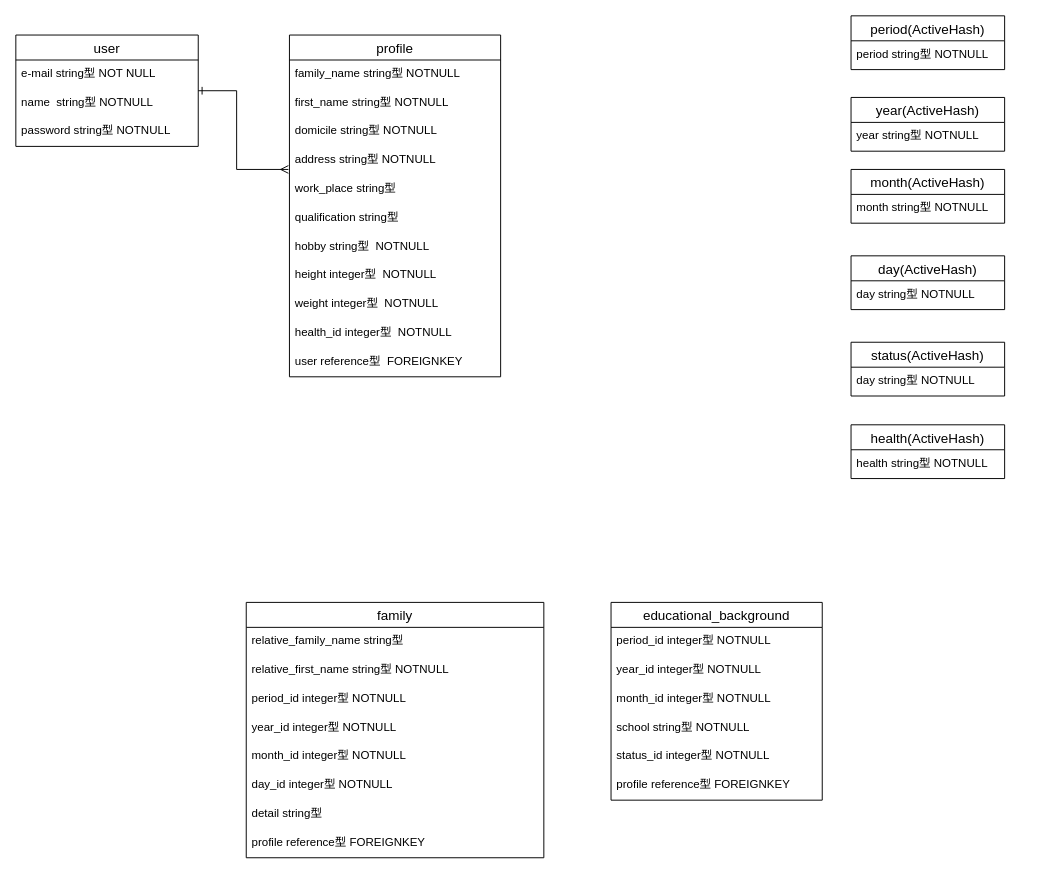
This is ER図.dio from akira30866/turisyo, a draw.io file, before an edit. Source tidied: cells renumbered, new cells numbered last; positions are measured from the earlier drawing's top-left corner, leaving out a move shared by most shapes. Both pictures are drawn from the tidied source at 96%, with x=0, y=0 at pixel (15, 15).
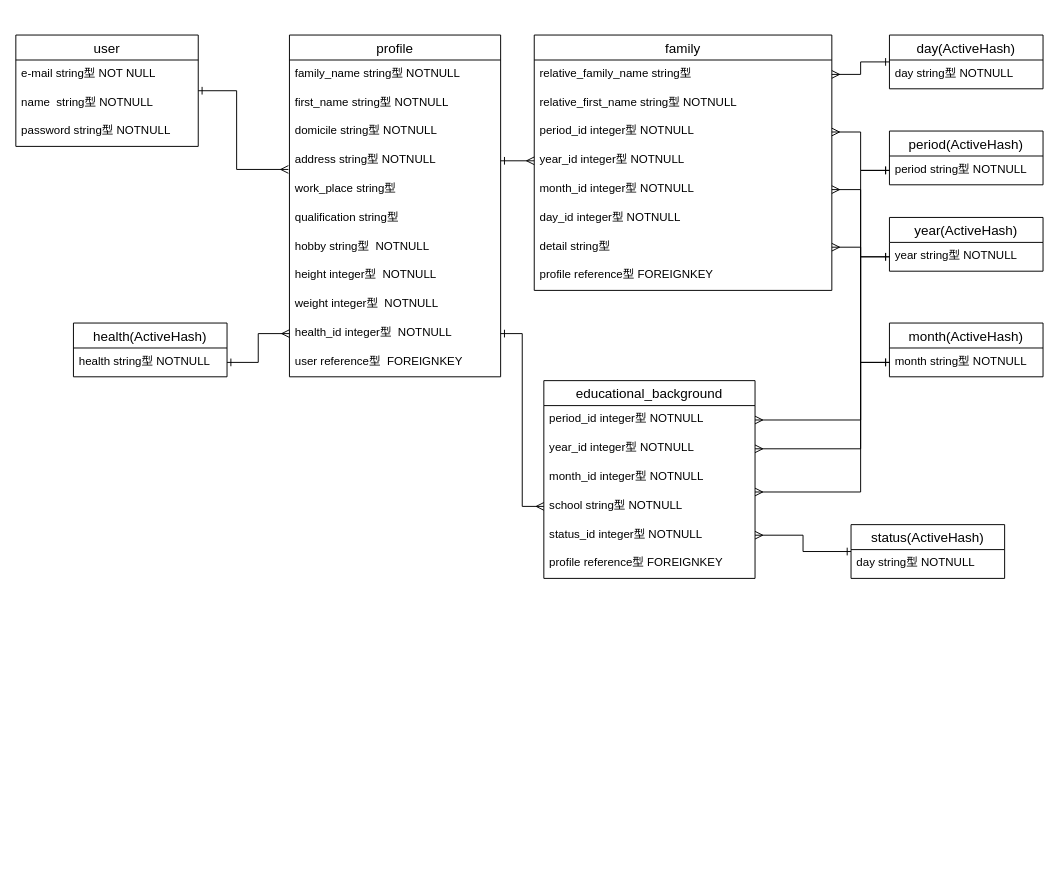
The same page after the edit.

The change refers to these unchanged cells:
```xml
<mxCell id="11" value="address string型 NOTNULL" style="text;strokeColor=none;fillColor=none;spacingLeft=4;spacingRight=4;overflow=hidden;points=[[0,0.5],[1,0.5]];portConstraint=eastwest;fontSize=12;" parent="7" vertex="1">
  <mxGeometry y="116" width="220" height="30" as="geometry" />
</mxCell>
<mxCell id="17" value="health_id integer型  NOTNULL" style="text;strokeColor=none;fillColor=none;spacingLeft=4;spacingRight=4;overflow=hidden;points=[[0,0.5],[1,0.5]];portConstraint=eastwest;fontSize=12;" parent="7" vertex="1">
  <mxGeometry y="296" width="220" height="30" as="geometry" />
</mxCell>
<mxCell id="20" value="period_id integer型 NOTNULL" style="text;strokeColor=none;fillColor=none;spacingLeft=4;spacingRight=4;overflow=hidden;points=[[0,0.5],[1,0.5]];portConstraint=eastwest;fontSize=12;" parent="19" vertex="1">
  <mxGeometry y="26" width="220" height="30" as="geometry" />
</mxCell>
<mxCell id="21" value="year_id integer型 NOTNULL" style="text;strokeColor=none;fillColor=none;spacingLeft=4;spacingRight=4;overflow=hidden;points=[[0,0.5],[1,0.5]];portConstraint=eastwest;fontSize=12;" parent="19" vertex="1">
  <mxGeometry y="56" width="220" height="30" as="geometry" />
</mxCell>
<mxCell id="23" value="school string型 NOTNULL" style="text;strokeColor=none;fillColor=none;spacingLeft=4;spacingRight=4;overflow=hidden;points=[[0,0.5],[1,0.5]];portConstraint=eastwest;fontSize=12;" parent="19" vertex="1">
  <mxGeometry y="116" width="220" height="30" as="geometry" />
</mxCell>
<mxCell id="24" value="status_id integer型 NOTNULL" style="text;strokeColor=none;fillColor=none;spacingLeft=4;spacingRight=4;overflow=hidden;points=[[0,0.5],[1,0.5]];portConstraint=eastwest;fontSize=12;" parent="19" vertex="1">
  <mxGeometry y="146" width="220" height="30" as="geometry" />
</mxCell>
<mxCell id="27" value="relative_family_name string型 " style="text;strokeColor=none;fillColor=none;spacingLeft=4;spacingRight=4;overflow=hidden;points=[[0,0.5],[1,0.5]];portConstraint=eastwest;fontSize=12;" parent="26" vertex="1">
  <mxGeometry y="26" width="310" height="30" as="geometry" />
</mxCell>
<mxCell id="29" value="period_id integer型 NOTNULL" style="text;strokeColor=none;fillColor=none;spacingLeft=4;spacingRight=4;overflow=hidden;points=[[0,0.5],[1,0.5]];portConstraint=eastwest;fontSize=12;" parent="26" vertex="1">
  <mxGeometry y="86" width="310" height="30" as="geometry" />
</mxCell>
<mxCell id="30" value="year_id integer型 NOTNULL" style="text;strokeColor=none;fillColor=none;spacingLeft=4;spacingRight=4;overflow=hidden;points=[[0,0.5],[1,0.5]];portConstraint=eastwest;fontSize=12;" parent="26" vertex="1">
  <mxGeometry y="116" width="310" height="30" as="geometry" />
</mxCell>
<mxCell id="31" value="month_id integer型 NOTNULL" style="text;strokeColor=none;fillColor=none;spacingLeft=4;spacingRight=4;overflow=hidden;points=[[0,0.5],[1,0.5]];portConstraint=eastwest;fontSize=12;" parent="26" vertex="1">
  <mxGeometry y="146" width="310" height="30" as="geometry" />
</mxCell>
<mxCell id="33" value="detail string型 " style="text;strokeColor=none;fillColor=none;spacingLeft=4;spacingRight=4;overflow=hidden;points=[[0,0.5],[1,0.5]];portConstraint=eastwest;fontSize=12;" parent="26" vertex="1">
  <mxGeometry y="206" width="310" height="30" as="geometry" />
</mxCell>
<mxCell id="36" value="period string型 NOTNULL" style="text;strokeColor=none;fillColor=none;spacingLeft=4;spacingRight=4;overflow=hidden;points=[[0,0.5],[1,0.5]];portConstraint=eastwest;fontSize=12;" parent="35" vertex="1">
  <mxGeometry y="26" width="160" height="30" as="geometry" />
</mxCell>
<mxCell id="38" value="year string型 NOTNULL" style="text;strokeColor=none;fillColor=none;spacingLeft=4;spacingRight=4;overflow=hidden;points=[[0,0.5],[1,0.5]];portConstraint=eastwest;fontSize=12;" parent="37" vertex="1">
  <mxGeometry y="26" width="160" height="30" as="geometry" />
</mxCell>
<mxCell id="40" value="month string型 NOTNULL" style="text;strokeColor=none;fillColor=none;spacingLeft=4;spacingRight=4;overflow=hidden;points=[[0,0.5],[1,0.5]];portConstraint=eastwest;fontSize=12;" parent="39" vertex="1">
  <mxGeometry y="26" width="160" height="30" as="geometry" />
</mxCell>
<mxCell id="46" value="health string型 NOTNULL" style="text;strokeColor=none;fillColor=none;spacingLeft=4;spacingRight=4;overflow=hidden;points=[[0,0.5],[1,0.5]];portConstraint=eastwest;fontSize=12;" parent="45" vertex="1">
  <mxGeometry y="26" width="160" height="30" as="geometry" />
</mxCell>
```

Diff of the diagram source:
```diff
@@
     <mxCell id="19" value="educational_background" style="swimlane;fontStyle=0;horizontal=1;startSize=26;align=center;fontSize=14;" parent="1" vertex="1">
-      <mxGeometry x="620" y="611" width="220" height="206" as="geometry" />
+      <mxGeometry x="550" y="380" width="220" height="206" as="geometry" />
     </mxCell>
@@
     <mxCell id="26" value="family" style="swimlane;fontStyle=0;horizontal=1;startSize=26;align=center;fontSize=14;" parent="1" vertex="1">
-      <mxGeometry x="240" y="611" width="310" height="266" as="geometry" />
+      <mxGeometry x="540" y="20" width="310" height="266" as="geometry" />
     </mxCell>
@@
     <mxCell id="35" value="period(ActiveHash)" style="swimlane;fontStyle=0;horizontal=1;startSize=26;align=center;fontSize=14;" parent="1" vertex="1">
-      <mxGeometry x="870" width="160" height="56" as="geometry" />
+      <mxGeometry x="910" y="120" width="160" height="56" as="geometry" />
     </mxCell>
@@
     <mxCell id="37" value="year(ActiveHash)" style="swimlane;fontStyle=0;horizontal=1;startSize=26;align=center;fontSize=14;" parent="1" vertex="1">
-      <mxGeometry x="870" y="85" width="160" height="56" as="geometry" />
+      <mxGeometry x="910" y="210" width="160" height="56" as="geometry" />
     </mxCell>
@@
     <mxCell id="39" value="month(ActiveHash)" style="swimlane;fontStyle=0;horizontal=1;startSize=26;align=center;fontSize=14;" parent="1" vertex="1">
-      <mxGeometry x="870" y="160" width="160" height="56" as="geometry" />
+      <mxGeometry x="910" y="320" width="160" height="56" as="geometry" />
     </mxCell>
@@
+    <mxCell id="47" style="edgeStyle=orthogonalEdgeStyle;rounded=0;jettySize=auto;html=1;entryX=1;entryY=0.5;entryDx=0;entryDy=0;startArrow=ERone;startFill=0;endArrow=ERmany;endFill=0;" parent="1" edge="1" source="41" target="27">
+      <mxGeometry relative="1" as="geometry" />
+    </mxCell>
     <mxCell id="41" value="day(ActiveHash)" style="swimlane;fontStyle=0;horizontal=1;startSize=26;align=center;fontSize=14;" parent="1" vertex="1">
-      <mxGeometry x="870" y="250" width="160" height="56" as="geometry" />
+      <mxGeometry x="910" y="20" width="160" height="56" as="geometry" />
     </mxCell>
@@
+    <mxCell id="48" style="edgeStyle=orthogonalEdgeStyle;rounded=0;jettySize=auto;html=1;entryX=1;entryY=0.5;entryDx=0;entryDy=0;startArrow=ERone;startFill=0;endArrow=ERmany;endFill=0;" parent="1" edge="1" source="43" target="24">
+      <mxGeometry relative="1" as="geometry" />
+    </mxCell>
     <mxCell id="43" value="status(ActiveHash)" style="swimlane;fontStyle=0;horizontal=1;startSize=26;align=center;fontSize=14;" parent="1" vertex="1">
-      <mxGeometry x="870" y="340" width="160" height="56" as="geometry" />
+      <mxGeometry x="870" y="530" width="160" height="56" as="geometry" />
     </mxCell>
@@
     <mxCell id="45" value="health(ActiveHash)" style="swimlane;fontStyle=0;horizontal=1;startSize=26;align=center;fontSize=14;" parent="1" vertex="1">
-      <mxGeometry x="870" y="426" width="160" height="56" as="geometry" />
+      <mxGeometry x="60" y="320" width="160" height="56" as="geometry" />
     </mxCell>
@@
+    <mxCell id="49" style="edgeStyle=orthogonalEdgeStyle;rounded=0;jettySize=auto;html=1;exitX=1;exitY=0.5;exitDx=0;exitDy=0;entryX=0;entryY=0.5;entryDx=0;entryDy=0;startArrow=ERone;startFill=0;endArrow=ERmany;endFill=0;" parent="1" edge="1" source="11" target="30">
+      <mxGeometry relative="1" as="geometry" />
+    </mxCell>
+    <mxCell id="50" style="edgeStyle=orthogonalEdgeStyle;rounded=0;jettySize=auto;html=1;exitX=1;exitY=0.5;exitDx=0;exitDy=0;entryX=0;entryY=0.5;entryDx=0;entryDy=0;startArrow=ERone;startFill=0;endArrow=ERmany;endFill=0;" parent="1" edge="1" source="17" target="23">
+      <mxGeometry relative="1" as="geometry" />
+    </mxCell>
+    <mxCell id="51" style="edgeStyle=orthogonalEdgeStyle;rounded=0;jettySize=auto;html=1;exitX=1;exitY=0.5;exitDx=0;exitDy=0;entryX=0;entryY=0.5;entryDx=0;entryDy=0;startArrow=ERone;startFill=0;endArrow=ERmany;endFill=0;" parent="1" edge="1" source="46" target="17">
+      <mxGeometry relative="1" as="geometry" />
+    </mxCell>
+    <mxCell id="52" style="edgeStyle=orthogonalEdgeStyle;rounded=0;jettySize=auto;html=1;exitX=0;exitY=0.5;exitDx=0;exitDy=0;entryX=1;entryY=0.5;entryDx=0;entryDy=0;startArrow=ERone;startFill=0;endArrow=ERmany;endFill=0;" parent="1" edge="1" source="36" target="29">
+      <mxGeometry relative="1" as="geometry" />
+    </mxCell>
+    <mxCell id="53" style="edgeStyle=orthogonalEdgeStyle;rounded=0;jettySize=auto;html=1;entryX=1;entryY=0.5;entryDx=0;entryDy=0;startArrow=ERone;startFill=0;endArrow=ERmany;endFill=0;" parent="1" edge="1" source="36" target="20">
+      <mxGeometry relative="1" as="geometry">
+        <Array as="points">
+          <mxPoint x="880" y="161" />
+          <mxPoint x="880" y="421" />
+        </Array>
+      </mxGeometry>
+    </mxCell>
+    <mxCell id="54" style="edgeStyle=orthogonalEdgeStyle;rounded=0;jettySize=auto;html=1;exitX=0;exitY=0.5;exitDx=0;exitDy=0;entryX=1;entryY=0.5;entryDx=0;entryDy=0;startArrow=ERone;startFill=0;endArrow=ERmany;endFill=0;" parent="1" edge="1" source="38" target="31">
+      <mxGeometry relative="1" as="geometry" />
+    </mxCell>
+    <mxCell id="55" style="edgeStyle=orthogonalEdgeStyle;rounded=0;jettySize=auto;html=1;exitX=0;exitY=0.5;exitDx=0;exitDy=0;startArrow=ERone;startFill=0;endArrow=ERmany;endFill=0;entryX=1;entryY=0.5;entryDx=0;entryDy=0;" parent="1" edge="1" source="38" target="21">
+      <mxGeometry relative="1" as="geometry">
+        <Array as="points">
+          <mxPoint x="880" y="251" />
+          <mxPoint x="880" y="451" />
+        </Array>
+      </mxGeometry>
+    </mxCell>
+    <mxCell id="56" style="edgeStyle=orthogonalEdgeStyle;rounded=0;jettySize=auto;html=1;exitX=0;exitY=0.5;exitDx=0;exitDy=0;startArrow=ERone;startFill=0;endArrow=ERmany;endFill=0;entryX=1;entryY=0.5;entryDx=0;entryDy=0;" parent="1" edge="1" source="40" target="33">
+      <mxGeometry relative="1" as="geometry" />
+    </mxCell>
+    <mxCell id="57" style="edgeStyle=orthogonalEdgeStyle;rounded=0;jettySize=auto;html=1;exitX=0;exitY=0.5;exitDx=0;exitDy=0;startArrow=ERone;startFill=0;endArrow=ERmany;endFill=0;entryX=1;entryY=0;entryDx=0;entryDy=0;entryPerimeter=0;" parent="1" edge="1" source="40" target="23">
+      <mxGeometry relative="1" as="geometry">
+        <Array as="points">
+          <mxPoint x="880" y="361" />
+          <mxPoint x="880" y="496" />
+        </Array>
+      </mxGeometry>
+    </mxCell>
```
